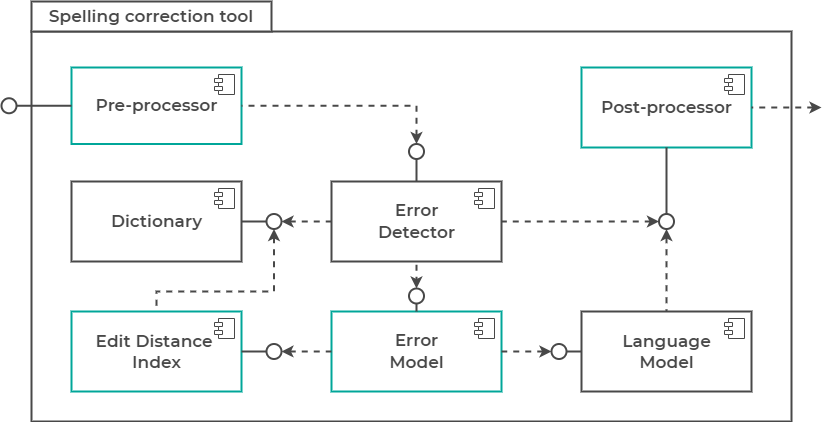
This is figures/arch-for conference.drawio.png from DmitryPogrebnoy/MedSpellChecker, a draw.io export, as it was before one commit. Source tidied: cells renumbered, new cells last; positions are measured from the earlier drawing's top-left corner, leaving out a move shared by most shapes.
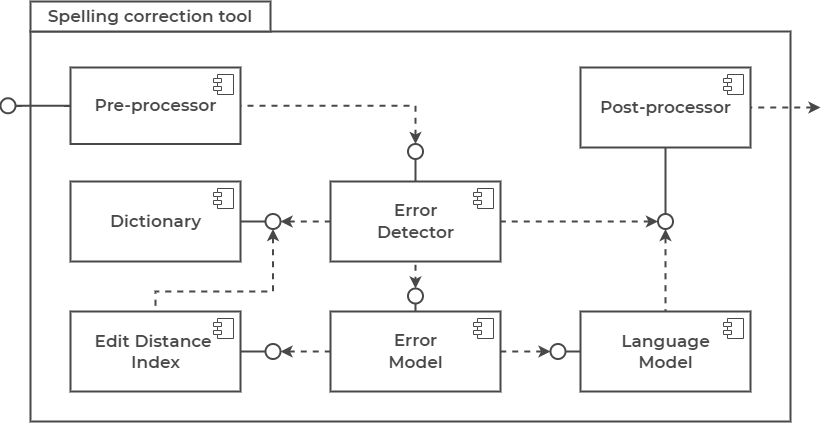
After the commit.

The edit, as a diff of the source:
```diff
@@ -5,7 +5,7 @@
     <mxCell id="2" style="rounded=0;whiteSpace=wrap;html=1;strokeWidth=2;strokeColor=#484848;" parent="1" vertex="1">
       <mxGeometry x="30" y="30" width="760" height="390" as="geometry" />
     </mxCell>
-    <mxCell id="3" value="&lt;font color=&quot;#484848&quot; face=&quot;montserrat semibold&quot;&gt;&lt;span style=&quot;font-size: 17px&quot;&gt;Post-processor&lt;/span&gt;&lt;/font&gt;" style="html=1;strokeWidth=2;strokeColor=#00A699;" parent="1" vertex="1">
+    <mxCell id="3" value="&lt;font color=&quot;#484848&quot; face=&quot;montserrat semibold&quot;&gt;&lt;span style=&quot;font-size: 17px&quot;&gt;Post-processor&lt;/span&gt;&lt;/font&gt;" style="html=1;strokeWidth=2;strokeColor=#484848;" parent="1" vertex="1">
       <mxGeometry x="580" y="66" width="170" height="80" as="geometry" />
     </mxCell>
     <mxCell id="4" style="shape=module;jettyWidth=8;jettyHeight=4;strokeColor=#484848;" parent="3" vertex="1">
@@ -13,7 +13,7 @@
         <mxPoint x="-27" y="7" as="offset" />
       </mxGeometry>
     </mxCell>
-    <mxCell id="5" value="&lt;font style=&quot;font-size: 17px&quot;&gt;&lt;span style=&quot;color: rgb(72 , 72 , 72) ; font-family: &amp;#34;montserrat semibold&amp;#34;&quot;&gt;Error&lt;br&gt;&lt;/span&gt;&lt;span style=&quot;color: rgb(72 , 72 , 72) ; font-family: &amp;#34;montserrat semibold&amp;#34;&quot;&gt;Model&lt;/span&gt;&lt;/font&gt;" style="html=1;strokeWidth=2;strokeColor=#00A699;" parent="1" vertex="1">
+    <mxCell id="5" value="&lt;font style=&quot;font-size: 17px&quot;&gt;&lt;span style=&quot;color: rgb(72 , 72 , 72) ; font-family: &amp;#34;montserrat semibold&amp;#34;&quot;&gt;Error&lt;br&gt;&lt;/span&gt;&lt;span style=&quot;color: rgb(72 , 72 , 72) ; font-family: &amp;#34;montserrat semibold&amp;#34;&quot;&gt;Model&lt;/span&gt;&lt;/font&gt;" style="html=1;strokeWidth=2;strokeColor=#484848;" parent="1" vertex="1">
       <mxGeometry x="330" y="310" width="170" height="80" as="geometry" />
     </mxCell>
     <mxCell id="6" style="shape=module;jettyWidth=8;jettyHeight=4;strokeColor=#484848;" parent="5" vertex="1">
@@ -24,7 +24,7 @@
     <mxCell id="7" value="&lt;font color=&quot;#484848&quot; face=&quot;Montserrat Semibold&quot;&gt;&lt;span style=&quot;font-size: 17px&quot;&gt;Spelling correction tool&lt;/span&gt;&lt;/font&gt;" style="rounded=0;whiteSpace=wrap;html=1;strokeColor=#484848;strokeWidth=2;" parent="1" vertex="1">
       <mxGeometry x="30" width="240" height="30" as="geometry" />
     </mxCell>
-    <mxCell id="8" value="&lt;font color=&quot;#484848&quot; face=&quot;montserrat semibold&quot; style=&quot;font-size: 17px&quot;&gt;Pre-processor&lt;/font&gt;" style="html=1;strokeWidth=2;strokeColor=#00A699;" parent="1" vertex="1">
+    <mxCell id="8" value="&lt;font color=&quot;#484848&quot; face=&quot;montserrat semibold&quot; style=&quot;font-size: 17px&quot;&gt;Pre-processor&lt;/font&gt;" style="html=1;strokeWidth=2;strokeColor=#484848;" parent="1" vertex="1">
       <mxGeometry x="70" y="66" width="170" height="76.5" as="geometry" />
     </mxCell>
     <mxCell id="9" style="shape=module;jettyWidth=8;jettyHeight=4;strokeColor=#484848;" parent="8" vertex="1">
@@ -147,7 +147,7 @@
         <mxPoint x="-27" y="7" as="offset" />
       </mxGeometry>
     </mxCell>
-    <mxCell id="31" value="&lt;font color=&quot;#484848&quot; face=&quot;montserrat semibold&quot;&gt;&lt;span style=&quot;font-size: 17px&quot;&gt;Edit Distance &lt;br&gt;Index&lt;br&gt;&lt;/span&gt;&lt;/font&gt;" style="html=1;strokeWidth=2;strokeColor=#00A699;" parent="1" vertex="1">
+    <mxCell id="31" value="&lt;font color=&quot;#484848&quot; face=&quot;montserrat semibold&quot;&gt;&lt;span style=&quot;font-size: 17px&quot;&gt;Edit Distance &lt;br&gt;Index&lt;br&gt;&lt;/span&gt;&lt;/font&gt;" style="html=1;strokeWidth=2;strokeColor=#484848;" parent="1" vertex="1">
       <mxGeometry x="70" y="310" width="170" height="80" as="geometry" />
     </mxCell>
     <mxCell id="32" style="shape=module;jettyWidth=8;jettyHeight=4;strokeColor=#484848;" parent="31" vertex="1">
```
